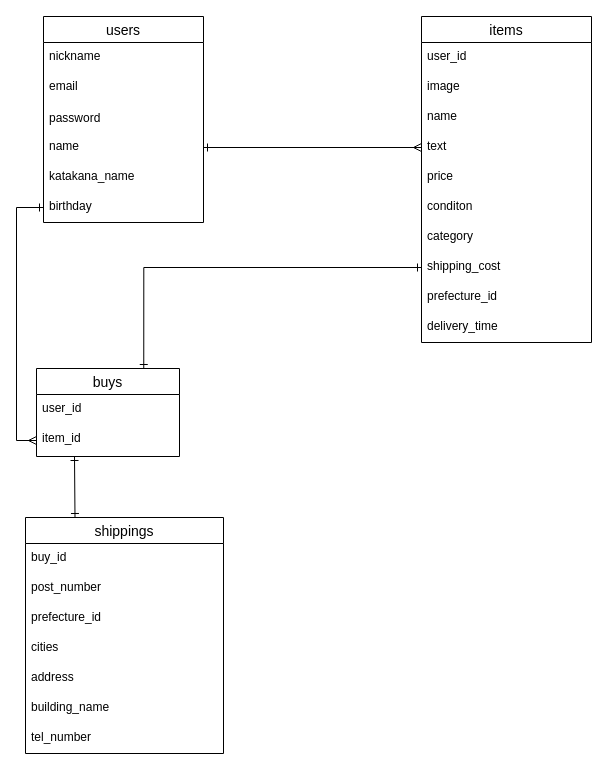
The draw.io diagram furima.dio in motoki6318/furima-34511, before the edit. Source tidied: cells renumbered, new cells numbered last; positions are measured from the earlier drawing's top-left corner, leaving out a move shared by most shapes. Both pictures are drawn from the tidied source at 100%, with x=0, y=0 at pixel (25, 16).
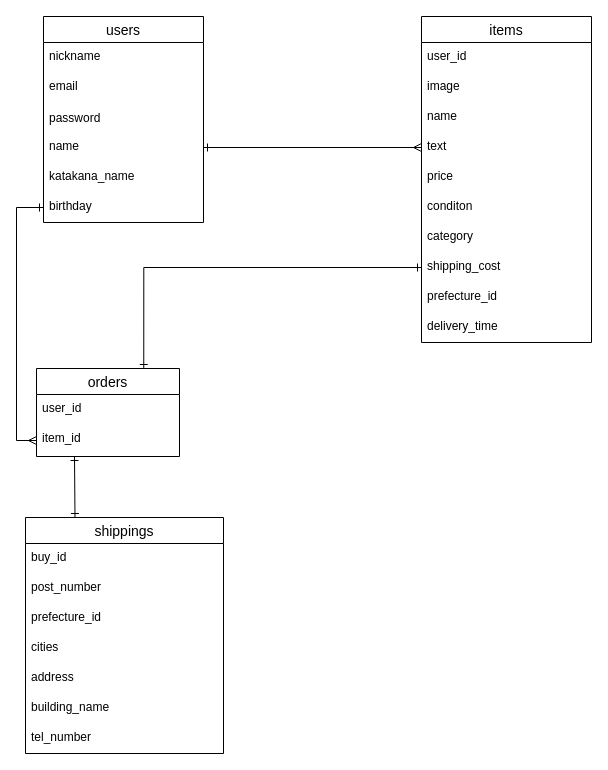
The same page after the edit.

Commit message:
ER図orderテーブルと名前を変更

What changed in the source:
```diff
@@
-    <mxCell id="21" value="buys" style="swimlane;fontStyle=0;horizontal=1;startSize=26;align=center;fontSize=14;" parent="1" vertex="1">
+    <mxCell id="21" value="orders" style="swimlane;fontStyle=0;horizontal=1;startSize=26;align=center;fontSize=14;" parent="1" vertex="1">
       <mxGeometry x="11" y="352" width="143" height="88" as="geometry" />
     </mxCell>
```
